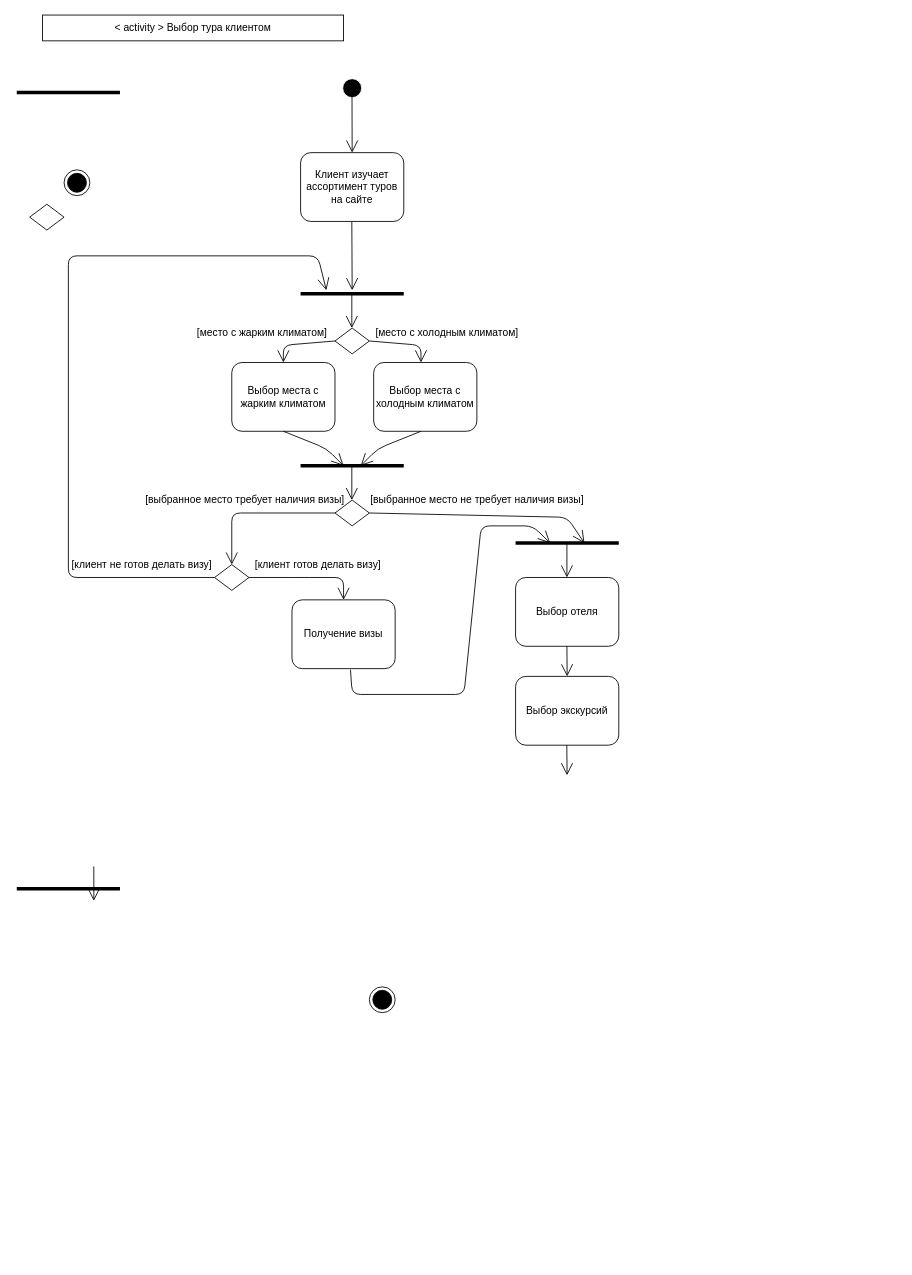
This is LR4/activity_diagram_2.drawio from f0rsunka/UML, a draw.io file, before an edit. Source tidied: cells renumbered, new cells numbered last; positions are measured from the earlier drawing's top-left corner, leaving out a move shared by most shapes. Both pictures are drawn from the tidied source at 86%, with x=0, y=0 at pixel (16, 15).
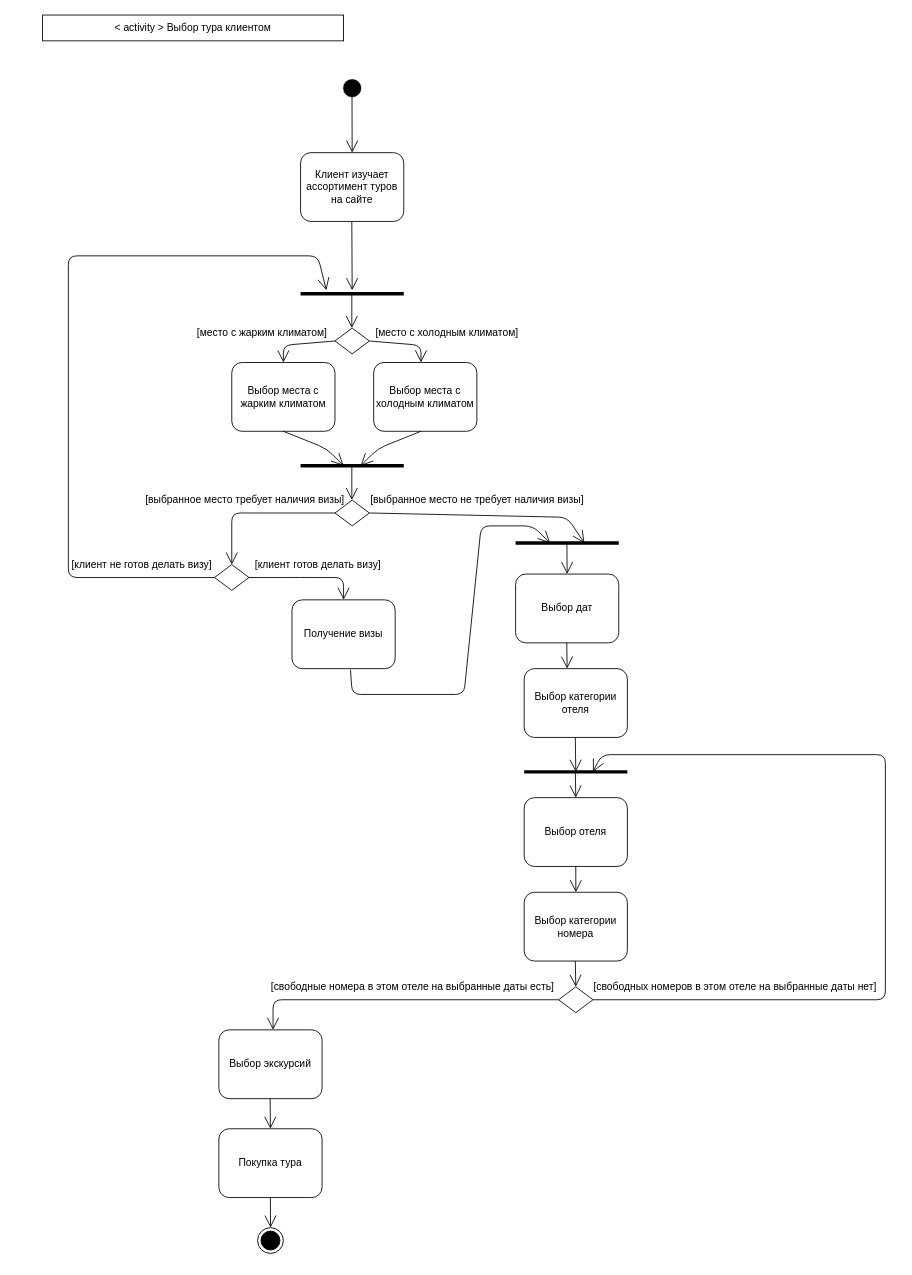
Above is the later version.

Change to the diagram source:
```diff
@@
-    <mxCell id="4" style="ellipse;html=1;shape=endState;fillColor=#000000;strokeColor=#000000;" parent="1" vertex="1">
-      <mxGeometry x="55" y="180" width="30" height="30" as="geometry" />
-    </mxCell>
-    <mxCell id="5" style="endArrow=none;html=1;strokeWidth=4;" parent="1" edge="1">
-      <mxGeometry relative="1" as="geometry">
-        <mxPoint y="90" as="sourcePoint" />
-        <mxPoint x="120" y="90" as="targetPoint" />
-      </mxGeometry>
-    </mxCell>
@@
-    <mxCell id="10" style="rhombus;whiteSpace=wrap;html=1;" parent="1" vertex="1">
-      <mxGeometry x="15" y="220" width="40" height="30" as="geometry" />
-    </mxCell>
@@
-    <mxCell id="25" style="endArrow=none;html=1;strokeWidth=4;" parent="1" edge="1">
-      <mxGeometry relative="1" as="geometry">
-        <mxPoint y="1016" as="sourcePoint" />
-        <mxPoint x="120" y="1016" as="targetPoint" />
-      </mxGeometry>
-    </mxCell>
-    <mxCell id="26" style="endArrow=open;endFill=1;endSize=12;html=1;" parent="1" edge="1">
-      <mxGeometry relative="1" as="geometry">
-        <mxPoint x="89.6" y="990" as="sourcePoint" />
-        <mxPoint x="89.6" y="1030" as="targetPoint" />
-      </mxGeometry>
-    </mxCell>
@@
-    <mxCell id="33" value="Выбор отеля" style="shape=ext;rounded=1;html=1;whiteSpace=wrap;" parent="1" vertex="1">
-      <mxGeometry x="580" y="654" width="120" height="80" as="geometry" />
-    </mxCell>
     <mxCell id="34" value="Выбор экскурсий" style="shape=ext;rounded=1;html=1;whiteSpace=wrap;" parent="1" vertex="1">
-      <mxGeometry x="580" y="769" width="120" height="80" as="geometry" />
+      <mxGeometry x="235" y="1180" width="120" height="80" as="geometry" />
     </mxCell>
-    <mxCell id="35" style="endArrow=open;endFill=1;endSize=12;html=1;" parent="1" edge="1">
-      <mxGeometry relative="1" as="geometry">
-        <mxPoint x="639.7" y="734" as="sourcePoint" />
-        <mxPoint x="640" y="769" as="targetPoint" />
-      </mxGeometry>
-    </mxCell>
@@
-    <mxCell id="39" style="endArrow=open;endFill=1;endSize=12;html=1;" parent="1" edge="1">
+    <mxCell id="39" style="endArrow=open;endFill=1;endSize=12;html=1;entryX=0.5;entryY=0;entryDx=0;entryDy=0;" parent="1" edge="1" target="44">
       <mxGeometry relative="1" as="geometry">
         <mxPoint x="639.7" y="614" as="sourcePoint" />
-        <mxPoint x="639.7" y="654" as="targetPoint" />
       </mxGeometry>
     </mxCell>
@@
-    <mxCell id="42" style="ellipse;html=1;shape=endState;fillColor=#000000;strokeColor=#000000;" parent="1" vertex="1">
-      <mxGeometry x="410" y="1130" width="30" height="30" as="geometry" />
+    <mxCell id="42" style="ellipse;html=1;shape=endState;fillColor=#000000;strokeColor=#000000;rotation=45;" parent="1" vertex="1">
+      <mxGeometry x="280" y="1410" width="30" height="30" as="geometry" />
     </mxCell>
     <mxCell id="43" style="endArrow=open;endFill=1;endSize=12;html=1;" parent="1" edge="1">
       <mxGeometry relative="1" as="geometry">
-        <mxPoint x="639.6" y="849" as="sourcePoint" />
-        <mxPoint x="639.9" y="884" as="targetPoint" />
+        <mxPoint x="294.6" y="1260" as="sourcePoint" />
+        <mxPoint x="294.9" y="1295" as="targetPoint" />
       </mxGeometry>
     </mxCell>
+    <mxCell id="44" value="Выбор дат" style="shape=ext;rounded=1;html=1;whiteSpace=wrap;" parent="1" vertex="1">
+      <mxGeometry x="580" y="650" width="120" height="80" as="geometry" />
+    </mxCell>
+    <mxCell id="45" value="Выбор категории отеля" style="shape=ext;rounded=1;html=1;whiteSpace=wrap;" parent="1" vertex="1">
+      <mxGeometry x="590" y="760" width="120" height="80" as="geometry" />
+    </mxCell>
+    <mxCell id="46" style="endArrow=open;endFill=1;endSize=12;html=1;" parent="1" edge="1">
+      <mxGeometry relative="1" as="geometry">
+        <mxPoint x="639.5" y="730" as="sourcePoint" />
+        <mxPoint x="640" y="760" as="targetPoint" />
+      </mxGeometry>
+    </mxCell>
+    <mxCell id="33" value="Выбор отеля" style="shape=ext;rounded=1;html=1;whiteSpace=wrap;" parent="1" vertex="1">
+      <mxGeometry x="590" y="910" width="120" height="80" as="geometry" />
+    </mxCell>
+    <mxCell id="47" style="endArrow=open;endFill=1;endSize=12;html=1;" parent="1" edge="1">
+      <mxGeometry relative="1" as="geometry">
+        <mxPoint x="649.5" y="880" as="sourcePoint" />
+        <mxPoint x="650" y="910" as="targetPoint" />
+      </mxGeometry>
+    </mxCell>
+    <mxCell id="48" value="Покупка тура" style="shape=ext;rounded=1;html=1;whiteSpace=wrap;" parent="1" vertex="1">
+      <mxGeometry x="235" y="1295" width="120" height="80" as="geometry" />
+    </mxCell>
+    <mxCell id="49" style="rhombus;whiteSpace=wrap;html=1;" parent="1" vertex="1">
+      <mxGeometry x="630" y="1130" width="40" height="30" as="geometry" />
+    </mxCell>
+    <mxCell id="50" style="endArrow=open;endFill=1;endSize=12;html=1;" parent="1" edge="1">
+      <mxGeometry relative="1" as="geometry">
+        <mxPoint x="649.5" y="1100" as="sourcePoint" />
+        <mxPoint x="650" y="1130" as="targetPoint" />
+      </mxGeometry>
+    </mxCell>
+    <mxCell id="51" style="endArrow=open;endFill=1;endSize=12;html=1;exitX=1;exitY=0.5;exitDx=0;exitDy=0;" parent="1" edge="1" source="49">
+      <mxGeometry relative="1" as="geometry">
+        <mxPoint x="670" y="880" as="targetPoint" />
+        <Array as="points">
+          <mxPoint x="1010" y="1145" />
+          <mxPoint x="1010" y="860" />
+          <mxPoint x="680" y="860" />
+        </Array>
+      </mxGeometry>
+    </mxCell>
+    <mxCell id="52" value="[свободных номеров в этом отеле на выбранные даты нет]" style="text;html=1;align=center;verticalAlign=middle;" parent="1" vertex="1">
+      <mxGeometry x="665" y="1120" width="340" height="20" as="geometry" />
+    </mxCell>
+    <mxCell id="53" style="endArrow=none;html=1;strokeWidth=4;" parent="1" edge="1">
+      <mxGeometry relative="1" as="geometry">
+        <mxPoint x="590" y="880" as="sourcePoint" />
+        <mxPoint x="710" y="880" as="targetPoint" />
+      </mxGeometry>
+    </mxCell>
+    <mxCell id="54" style="endArrow=open;endFill=1;endSize=12;html=1;" parent="1" edge="1">
+      <mxGeometry relative="1" as="geometry">
+        <mxPoint x="649.5" y="840" as="sourcePoint" />
+        <mxPoint x="650" y="880" as="targetPoint" />
+      </mxGeometry>
+    </mxCell>
+    <mxCell id="55" value="[свободные номера в этом отеле на выбранные даты есть]" style="text;html=1;align=center;verticalAlign=middle;" parent="1" vertex="1">
+      <mxGeometry x="290" y="1120" width="340" height="20" as="geometry" />
+    </mxCell>
+    <mxCell id="56" style="endArrow=open;endFill=1;endSize=12;html=1;exitX=0;exitY=0.5;exitDx=0;exitDy=0;" parent="1" edge="1">
+      <mxGeometry relative="1" as="geometry">
+        <mxPoint x="630" y="1145" as="sourcePoint" />
+        <mxPoint x="298" y="1180" as="targetPoint" />
+        <Array as="points">
+          <mxPoint x="298" y="1145" />
+        </Array>
+      </mxGeometry>
+    </mxCell>
+    <mxCell id="57" value="Выбор категории номера" style="shape=ext;rounded=1;html=1;whiteSpace=wrap;" parent="1" vertex="1">
+      <mxGeometry x="590" y="1020" width="120" height="80" as="geometry" />
+    </mxCell>
+    <mxCell id="58" style="endArrow=open;endFill=1;endSize=12;html=1;" parent="1" edge="1">
+      <mxGeometry relative="1" as="geometry">
+        <mxPoint x="294.9" y="1375" as="sourcePoint" />
+        <mxPoint x="295.1" y="1410" as="targetPoint" />
+      </mxGeometry>
+    </mxCell>
+    <mxCell id="59" style="endArrow=open;endFill=1;endSize=12;html=1;" parent="1" edge="1">
+      <mxGeometry relative="1" as="geometry">
+        <mxPoint x="650" y="990" as="sourcePoint" />
+        <mxPoint x="650.1" y="1020" as="targetPoint" />
+      </mxGeometry>
+    </mxCell>
```
